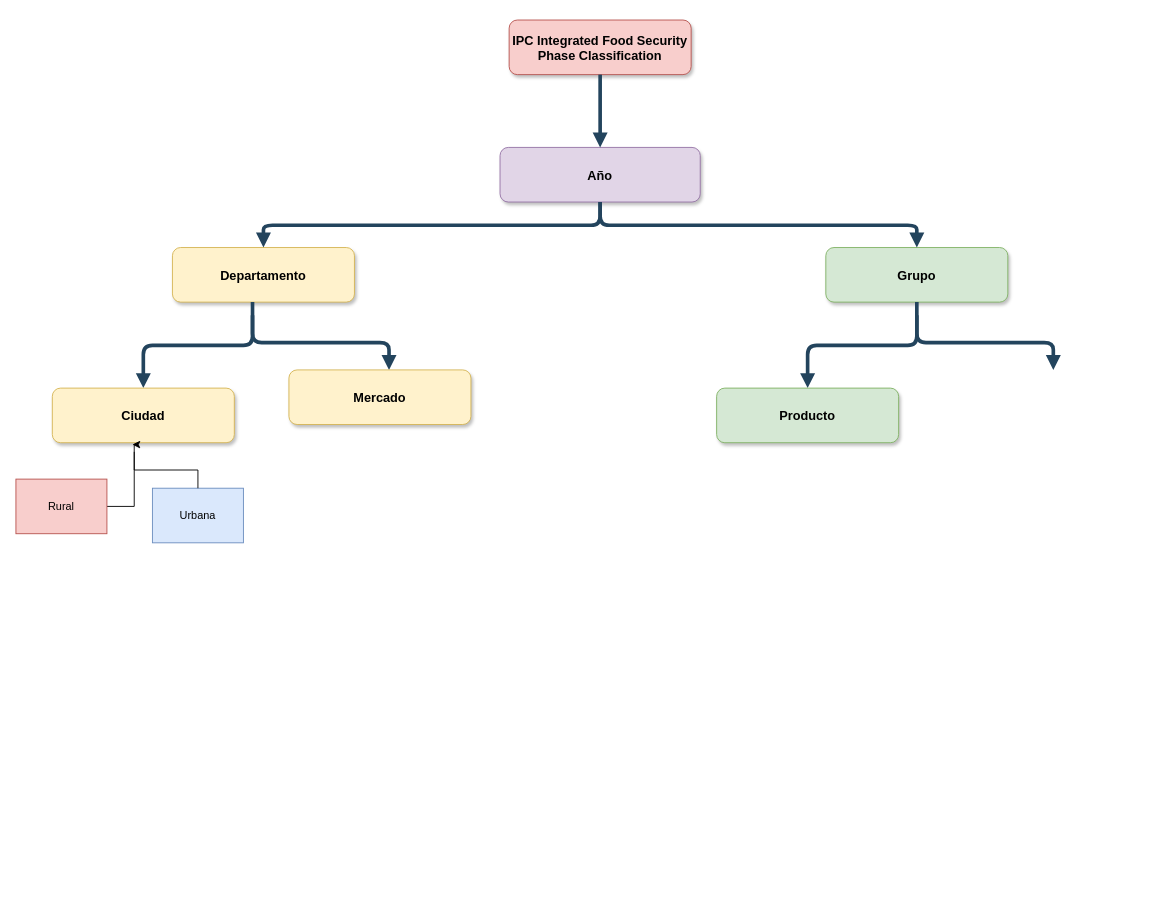
Andres1984/Andres.github.io keeps this draw.io diagram as Unbenanntes Diagramm.drawio. Above is the earlier version. Source tidied: cells renumbered, new cells numbered last; positions are measured from the earlier drawing's top-left corner, leaving out a move shared by most shapes. Both pictures are drawn from the tidied source at 91%, with x=0, y=0 at pixel (15, 20).
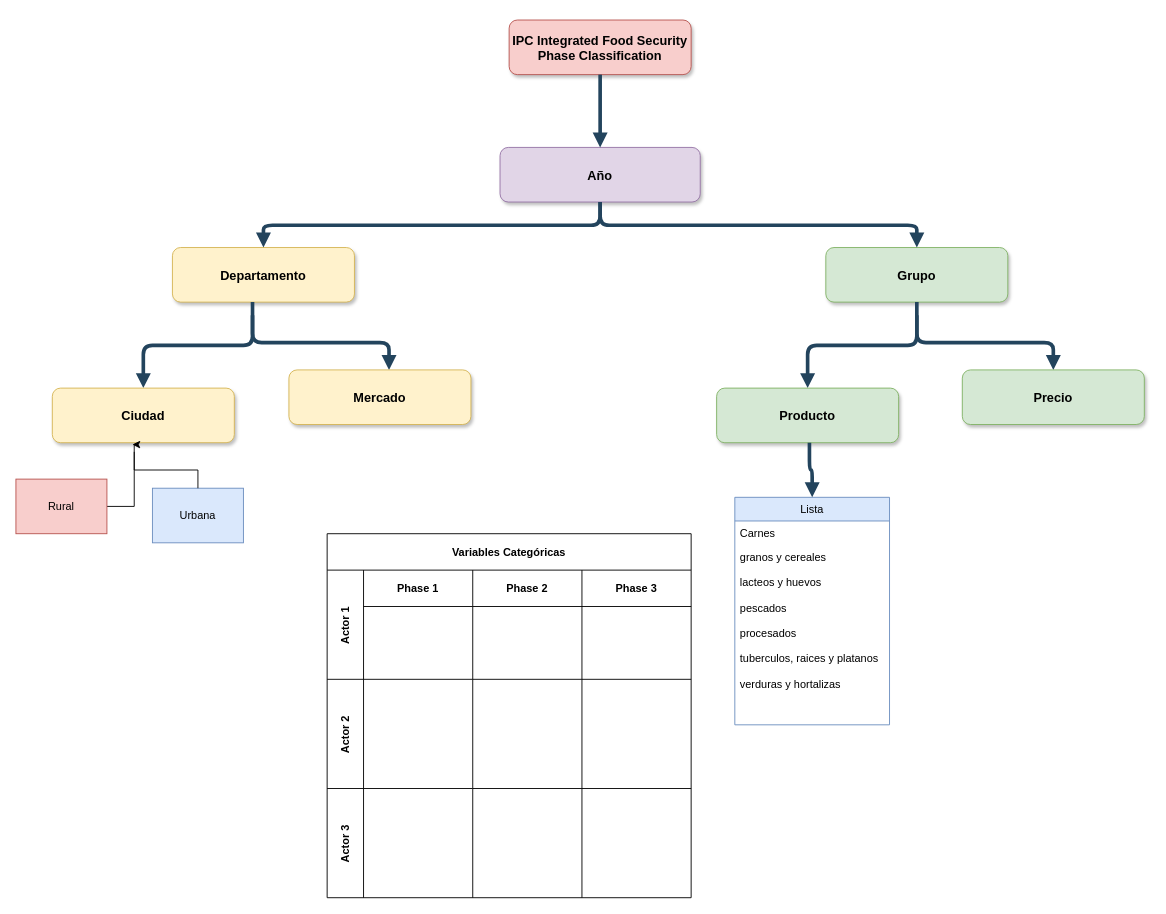
The same page after the edit.

Diff of the diagram source:
```diff
@@
+    <mxCell id="20" value="Precio" style="rounded=1;fillColor=#d5e8d4;strokeColor=#82b366;shadow=1;fontStyle=1;fontSize=14;" parent="1" vertex="1">
+      <mxGeometry x="1040" y="384" width="200" height="60" as="geometry" />
+    </mxCell>
+    <mxCell id="21" value="Variables Categóricas" style="shape=table;childLayout=tableLayout;startSize=40;fontStyle=1;" parent="1" vertex="1">
+      <mxGeometry x="342" y="564" width="400" height="400" as="geometry" />
+    </mxCell>
+    <mxCell id="22" value="Actor 1" style="shape=tableRow;horizontal=0;startSize=40;swimlaneHead=0;swimlaneBody=0;top=0;left=0;bottom=0;right=0;fillColor=none;fontStyle=1;" parent="21" vertex="1">
+      <mxGeometry y="40" width="400" height="120" as="geometry" />
+    </mxCell>
+    <mxCell id="23" value="Phase 1" style="swimlane;swimlaneHead=0;swimlaneBody=0;fontStyle=0;fillColor=none;startSize=40;fontStyle=1;" parent="22" vertex="1">
+      <mxGeometry x="40" width="120" height="120" as="geometry" />
+    </mxCell>
+    <mxCell id="24" value="Phase 2" style="swimlane;swimlaneHead=0;swimlaneBody=0;fontStyle=0;fillColor=none;startSize=40;fontStyle=1;" parent="22" vertex="1">
+      <mxGeometry x="160" width="120" height="120" as="geometry" />
+    </mxCell>
+    <mxCell id="25" value="Phase 3" style="swimlane;swimlaneHead=0;swimlaneBody=0;fontStyle=0;fillColor=none;startSize=40;fontStyle=1;" parent="22" vertex="1">
+      <mxGeometry x="280" width="120" height="120" as="geometry" />
+    </mxCell>
+    <mxCell id="26" value="Actor 2" style="shape=tableRow;horizontal=0;startSize=40;swimlaneHead=0;swimlaneBody=0;top=0;left=0;bottom=0;right=0;fillColor=none;fontStyle=1;" parent="21" vertex="1">
+      <mxGeometry y="160" width="400" height="120" as="geometry" />
+    </mxCell>
+    <mxCell id="27" style="swimlane;swimlaneHead=0;swimlaneBody=0;fontStyle=0;fillColor=none;startSize=0;fontStyle=1;" parent="26" vertex="1">
+      <mxGeometry x="40" width="120" height="120" as="geometry" />
+    </mxCell>
+    <mxCell id="28" style="swimlane;swimlaneHead=0;swimlaneBody=0;fontStyle=0;fillColor=none;startSize=0;fontStyle=1;" parent="26" vertex="1">
+      <mxGeometry x="160" width="120" height="120" as="geometry" />
+    </mxCell>
+    <mxCell id="29" style="swimlane;swimlaneHead=0;swimlaneBody=0;fontStyle=0;fillColor=none;startSize=0;fontStyle=1;" parent="26" vertex="1">
+      <mxGeometry x="280" width="120" height="120" as="geometry" />
+    </mxCell>
+    <mxCell id="30" value="Actor 3" style="shape=tableRow;horizontal=0;startSize=40;swimlaneHead=0;swimlaneBody=0;top=0;left=0;bottom=0;right=0;fillColor=none;fontStyle=1;" parent="21" vertex="1">
+      <mxGeometry y="280" width="400" height="120" as="geometry" />
+    </mxCell>
+    <mxCell id="31" style="swimlane;swimlaneHead=0;swimlaneBody=0;fontStyle=0;fillColor=none;startSize=0;fontStyle=1;" parent="30" vertex="1">
+      <mxGeometry x="40" width="120" height="120" as="geometry" />
+    </mxCell>
+    <mxCell id="32" style="swimlane;swimlaneHead=0;swimlaneBody=0;fontStyle=0;fillColor=none;startSize=0;fontStyle=1;" parent="30" vertex="1">
+      <mxGeometry x="160" width="120" height="120" as="geometry" />
+    </mxCell>
+    <mxCell id="33" style="swimlane;swimlaneHead=0;swimlaneBody=0;fontStyle=0;fillColor=none;startSize=0;fontStyle=1;" parent="30" vertex="1">
+      <mxGeometry x="280" width="120" height="120" as="geometry" />
+    </mxCell>
+    <mxCell id="34" value="Lista" style="swimlane;fontStyle=0;horizontal=1;startSize=26;fillColor=#dae8fc;strokeColor=#6c8ebf;" parent="1" vertex="1">
+      <mxGeometry x="790" y="524" width="170" height="250" as="geometry" />
+    </mxCell>
+    <mxCell id="35" value="Carnes" style="text;strokeColor=none;fillColor=none;align=left;verticalAlign=top;spacingLeft=4;spacingRight=4;overflow=hidden;" parent="34" vertex="1">
+      <mxGeometry y="26" width="170" height="26" as="geometry" />
+    </mxCell>
+    <mxCell id="36" value="granos y cereales&#10;&#10;" style="text;strokeColor=none;fillColor=none;align=left;verticalAlign=top;spacingLeft=4;spacingRight=4;overflow=hidden;" parent="34" vertex="1">
+      <mxGeometry y="52" width="170" height="28" as="geometry" />
+    </mxCell>
+    <mxCell id="37" value="lacteos y huevos&#10;&#10;pescados&#10;&#10;procesados &#10;&#10;tuberculos, raices y platanos &#10;&#10;verduras y hortalizas&#10;" style="text;strokeColor=none;fillColor=none;align=left;verticalAlign=top;spacingLeft=4;spacingRight=4;overflow=hidden;" parent="34" vertex="1">
+      <mxGeometry y="80" width="170" height="170" as="geometry" />
+    </mxCell>
+    <mxCell id="38" style="edgeStyle=elbowEdgeStyle;elbow=vertical;strokeWidth=4;endArrow=block;endFill=1;fontStyle=1;strokeColor=#23445D;entryX=0.5;entryY=0;entryDx=0;entryDy=0;" parent="1" edge="1" target="34">
+      <mxGeometry x="252" y="430" as="geometry">
+        <mxPoint x="872" y="464" as="sourcePoint" />
+      </mxGeometry>
+    </mxCell>
```
